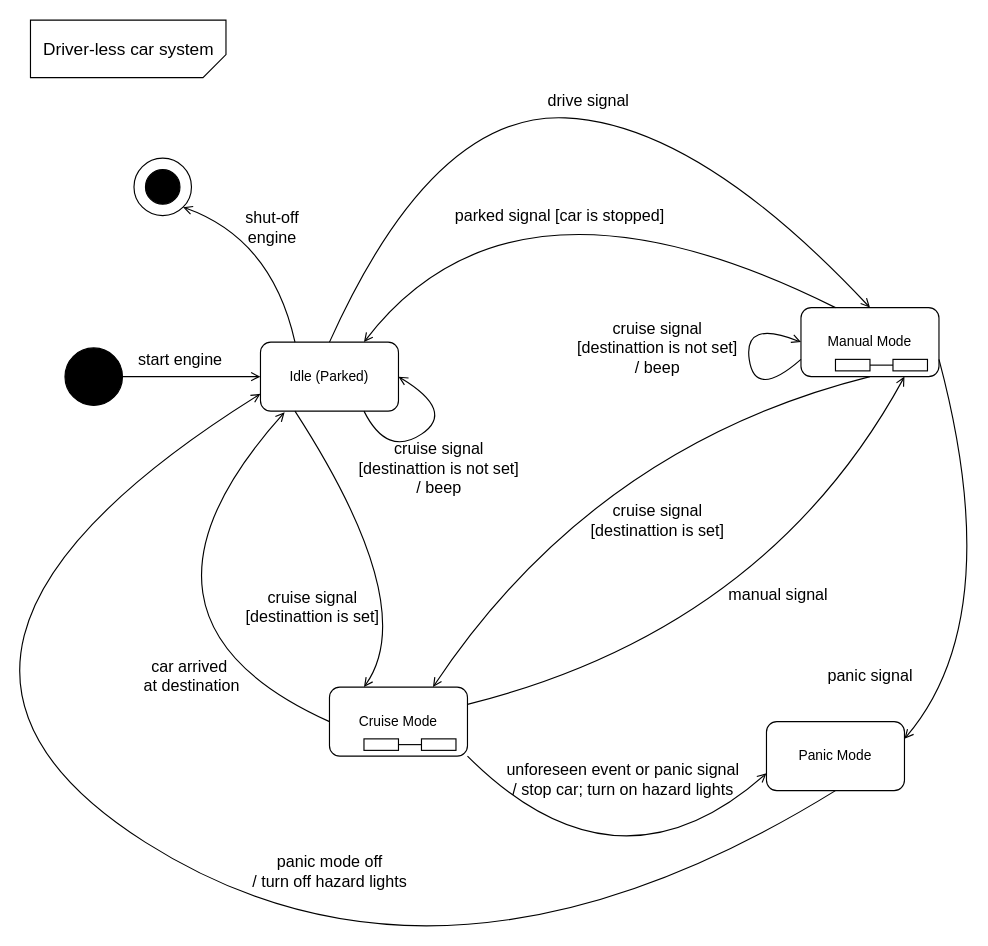
Above: page "top-level" (1 of 5) of state-diagram.drawio in gordonpn/soen331-assignment2 (draw.io), before the change. Source tidied: cells renumbered, new cells numbered last; positions are measured from the earlier drawing's top-left corner, leaving out a move shared by most shapes. Both pictures are drawn from the tidied source at 115%, with x=0, y=0 at pixel (-154, 20).
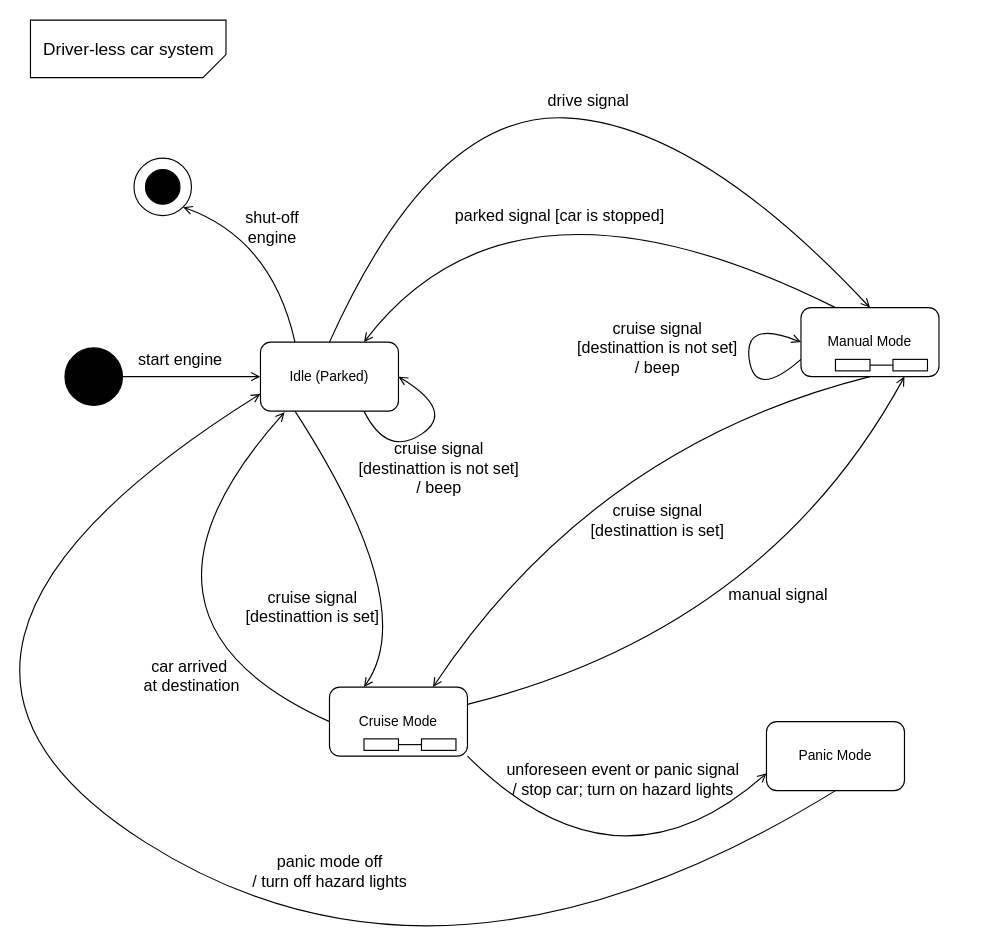
The same page after the edit.

Commit message:
removed arrow from manual mode to panic mode

Unchanged cells that the change refers to:
```xml
<mxCell id="6" value="Manual Mode" style="rounded=1;whiteSpace=wrap;html=1;shadow=0;strokeColor=#000000;fillColor=#FFFFFF;align=center;" parent="1" vertex="1">
  <mxGeometry x="830" y="250" width="120" height="60" as="geometry" />
</mxCell>
<mxCell id="8" value="Panic Mode" style="rounded=1;whiteSpace=wrap;html=1;shadow=0;strokeColor=#000000;fillColor=#FFFFFF;align=center;" parent="1" vertex="1">
  <mxGeometry x="800" y="610" width="120" height="60" as="geometry" />
</mxCell>
```

Diff of the diagram source:
```diff
@@
-    <mxCell id="41" style="curved=1;endArrow=none;html=1;entryX=1;entryY=0.75;entryDx=0;entryDy=0;exitX=1;exitY=0.25;exitDx=0;exitDy=0;startArrow=open;startFill=0;endFill=0;" parent="1" edge="1" source="8" target="6">
-      <mxGeometry relative="1" as="geometry">
-        <Array as="points">
-          <mxPoint x="1010" y="520" />
-        </Array>
-      </mxGeometry>
-    </mxCell>
-    <mxCell id="42" value="&lt;font style=&quot;font-size: 14px&quot;&gt;panic signal&lt;br&gt;&lt;/font&gt;" style="text;html=1;align=center;verticalAlign=middle;direction=south;" parent="1" vertex="1">
-      <mxGeometry x="845" y="560" width="90" height="20" as="geometry" />
-    </mxCell>
```
